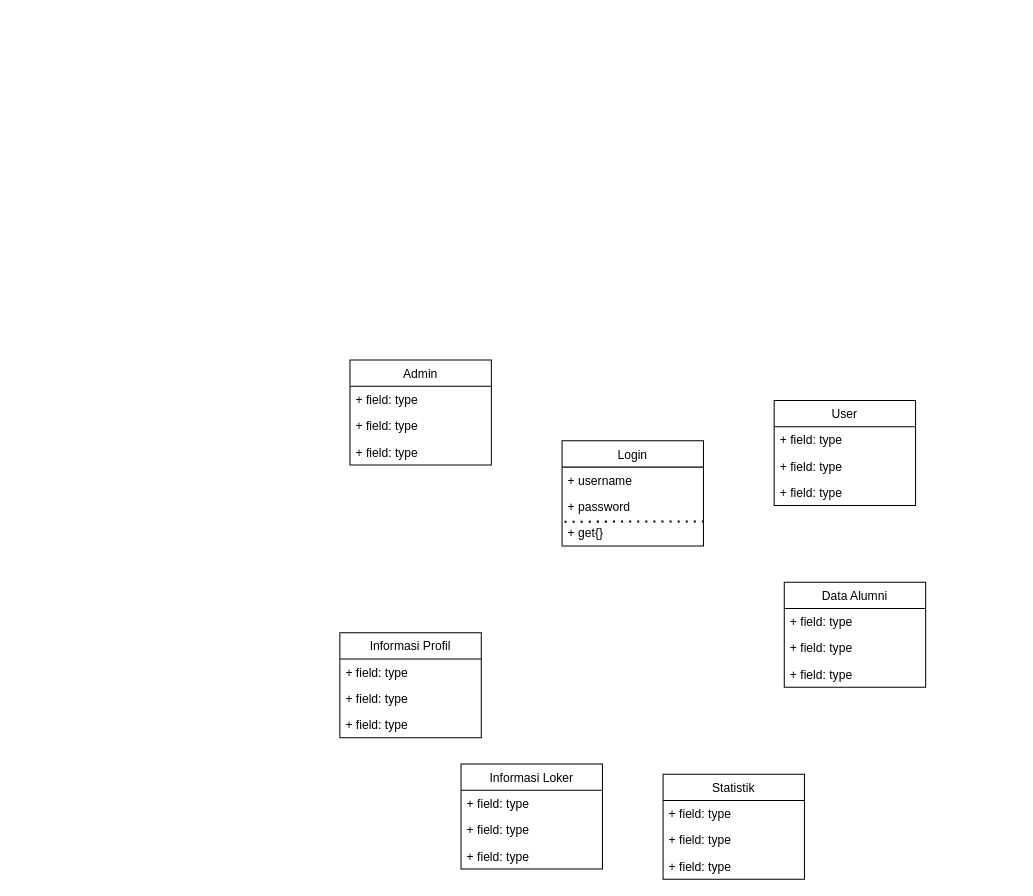
This is class diagram alumni.drawio from ratihpn99/tokoonline, a draw.io file, before an edit. Source tidied: cells renumbered, new cells numbered last; positions are measured from the earlier drawing's top-left corner, leaving out a move shared by most shapes. Both pictures are drawn from the tidied source at 101%, with x=0, y=0 at pixel (339, 360).
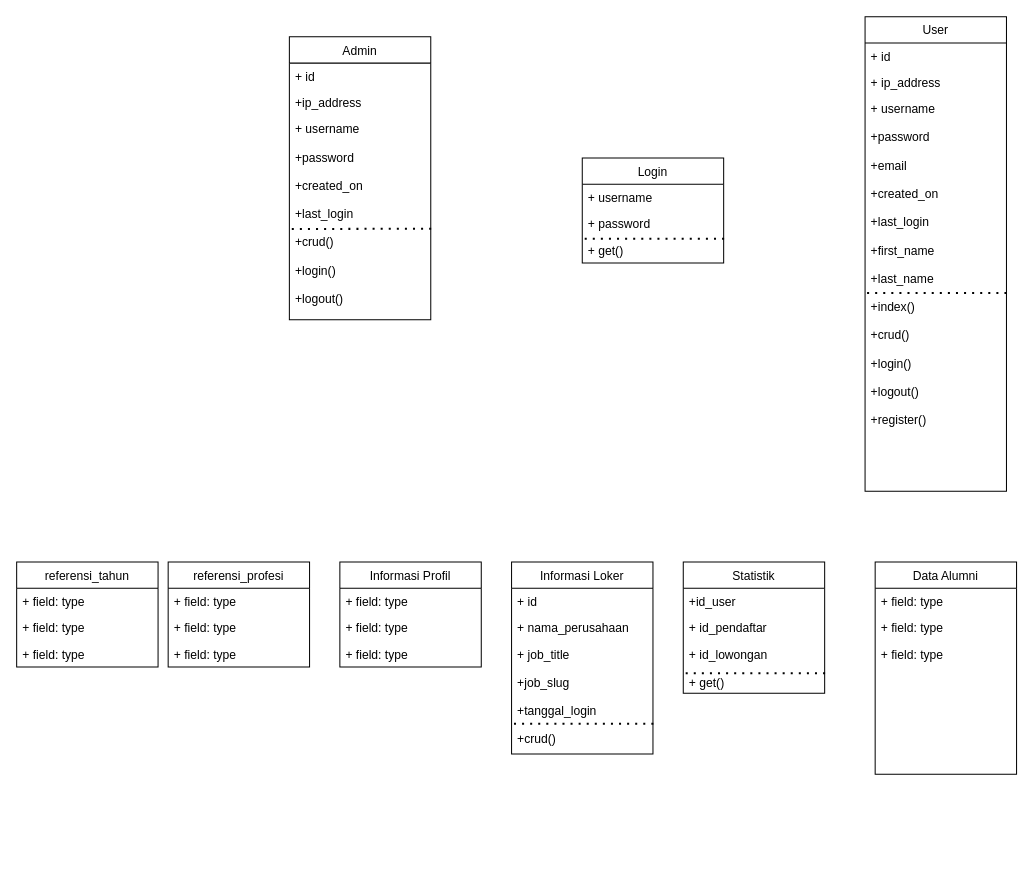
Above is the later version.

What changed in the source:
```diff
@@
     <mxCell id="2" value="Login" style="swimlane;fontStyle=0;horizontal=1;startSize=26;fillColor=none;" parent="1" vertex="1">
-      <mxGeometry x="220" y="80" width="140" height="104" as="geometry" />
+      <mxGeometry x="240" y="-200" width="140" height="104" as="geometry" />
     </mxCell>
@@
-    <mxCell id="5" value="+ get{}" style="text;strokeColor=none;fillColor=none;align=left;verticalAlign=top;spacingLeft=4;spacingRight=4;overflow=hidden;" parent="2" vertex="1">
+    <mxCell id="5" value="+ get()" style="text;strokeColor=none;fillColor=none;align=left;verticalAlign=top;spacingLeft=4;spacingRight=4;overflow=hidden;" parent="2" vertex="1">
       <mxGeometry y="78" width="140" height="26" as="geometry" />
     </mxCell>
@@
     <mxCell id="7" value="Admin" style="swimlane;fontStyle=0;horizontal=1;startSize=26;fillColor=none;" parent="1" vertex="1">
-      <mxGeometry x="10" width="140" height="104" as="geometry" />
+      <mxGeometry x="-50" y="-320" width="140" height="280" as="geometry" />
     </mxCell>
-    <mxCell id="8" value="+ field: type" style="text;strokeColor=none;fillColor=none;align=left;verticalAlign=top;spacingLeft=4;spacingRight=4;overflow=hidden;" parent="7" vertex="1">
+    <mxCell id="8" value="+ id" style="text;strokeColor=none;fillColor=none;align=left;verticalAlign=top;spacingLeft=4;spacingRight=4;overflow=hidden;" parent="7" vertex="1">
       <mxGeometry y="26" width="140" height="26" as="geometry" />
     </mxCell>
-    <mxCell id="9" value="+ field: type" style="text;strokeColor=none;fillColor=none;align=left;verticalAlign=top;spacingLeft=4;spacingRight=4;overflow=hidden;" parent="7" vertex="1">
+    <mxCell id="9" value="+ip_address" style="text;strokeColor=none;fillColor=none;align=left;verticalAlign=top;spacingLeft=4;spacingRight=4;overflow=hidden;" parent="7" vertex="1">
       <mxGeometry y="52" width="140" height="26" as="geometry" />
     </mxCell>
-    <mxCell id="10" value="+ field: type" style="text;strokeColor=none;fillColor=none;align=left;verticalAlign=top;spacingLeft=4;spacingRight=4;overflow=hidden;" parent="7" vertex="1">
-      <mxGeometry y="78" width="140" height="26" as="geometry" />
+    <mxCell id="10" value="+ username&#10;&#10;+password&#10;&#10;+created_on&#10;&#10;+last_login&#10;&#10;+crud()&#10;&#10;+login()&#10;&#10;+logout()" style="text;strokeColor=none;fillColor=none;align=left;verticalAlign=top;spacingLeft=4;spacingRight=4;overflow=hidden;" parent="7" vertex="1">
+      <mxGeometry y="78" width="140" height="202" as="geometry" />
     </mxCell>
+    <mxCell id="31" style="endArrow=none;dashed=1;html=1;dashPattern=1 3;strokeWidth=2;rounded=0;exitX=1.003;exitY=1.071;exitDx=0;exitDy=0;exitPerimeter=0;" parent="7" edge="1">
+      <mxGeometry relative="1" as="geometry">
+        <mxPoint x="140.4" y="190" as="sourcePoint" />
+        <mxPoint y="190.2" as="targetPoint" />
+      </mxGeometry>
+    </mxCell>
     <mxCell id="11" value="User" style="swimlane;fontStyle=0;horizontal=1;startSize=26;fillColor=none;" parent="1" vertex="1">
-      <mxGeometry x="430" y="40" width="140" height="104" as="geometry" />
+      <mxGeometry x="520" y="-340" width="140" height="470" as="geometry" />
     </mxCell>
-    <mxCell id="12" value="+ field: type" style="text;strokeColor=none;fillColor=none;align=left;verticalAlign=top;spacingLeft=4;spacingRight=4;overflow=hidden;" parent="11" vertex="1">
+    <mxCell id="12" value="+ id" style="text;strokeColor=none;fillColor=none;align=left;verticalAlign=top;spacingLeft=4;spacingRight=4;overflow=hidden;" parent="11" vertex="1">
       <mxGeometry y="26" width="140" height="26" as="geometry" />
     </mxCell>
-    <mxCell id="13" value="+ field: type" style="text;strokeColor=none;fillColor=none;align=left;verticalAlign=top;spacingLeft=4;spacingRight=4;overflow=hidden;" parent="11" vertex="1">
+    <mxCell id="13" value="+ ip_address" style="text;strokeColor=none;fillColor=none;align=left;verticalAlign=top;spacingLeft=4;spacingRight=4;overflow=hidden;" parent="11" vertex="1">
       <mxGeometry y="52" width="140" height="26" as="geometry" />
     </mxCell>
-    <mxCell id="14" value="+ field: type" style="text;strokeColor=none;fillColor=none;align=left;verticalAlign=top;spacingLeft=4;spacingRight=4;overflow=hidden;" parent="11" vertex="1">
-      <mxGeometry y="78" width="140" height="26" as="geometry" />
+    <mxCell id="14" value="+ username&#10;&#10;+password&#10;&#10;+email&#10;&#10;+created_on&#10;&#10;+last_login&#10;&#10;+first_name&#10;&#10;+last_name&#10;&#10;+index()&#10;&#10;+crud()&#10;&#10;+login()&#10;&#10;+logout()&#10;&#10;+register()" style="text;strokeColor=none;fillColor=none;align=left;verticalAlign=top;spacingLeft=4;spacingRight=4;overflow=hidden;" parent="11" vertex="1">
+      <mxGeometry y="78" width="140" height="392" as="geometry" />
     </mxCell>
+    <mxCell id="32" style="endArrow=none;dashed=1;html=1;dashPattern=1 3;strokeWidth=2;rounded=0;exitX=1.003;exitY=1.071;exitDx=0;exitDy=0;exitPerimeter=0;" parent="11" edge="1">
+      <mxGeometry relative="1" as="geometry">
+        <mxPoint x="140" y="273.5" as="sourcePoint" />
+        <mxPoint x="-0.4" y="273.6" as="targetPoint" />
+      </mxGeometry>
+    </mxCell>
     <mxCell id="15" value="Data Alumni" style="swimlane;fontStyle=0;horizontal=1;startSize=26;fillColor=none;" parent="1" vertex="1">
-      <mxGeometry x="440" y="220" width="140" height="104" as="geometry" />
+      <mxGeometry x="530" y="200" width="140" height="210" as="geometry" />
     </mxCell>
@@
     <mxCell id="18" value="+ field: type" style="text;strokeColor=none;fillColor=none;align=left;verticalAlign=top;spacingLeft=4;spacingRight=4;overflow=hidden;" parent="15" vertex="1">
-      <mxGeometry y="78" width="140" height="26" as="geometry" />
+      <mxGeometry y="78" width="140" height="132" as="geometry" />
     </mxCell>
     <mxCell id="19" value="Statistik" style="swimlane;fontStyle=0;horizontal=1;startSize=26;fillColor=none;" parent="1" vertex="1">
-      <mxGeometry x="320" y="410" width="140" height="104" as="geometry" />
+      <mxGeometry x="340" y="200" width="140" height="130" as="geometry" />
     </mxCell>
-    <mxCell id="20" value="+ field: type" style="text;strokeColor=none;fillColor=none;align=left;verticalAlign=top;spacingLeft=4;spacingRight=4;overflow=hidden;" parent="19" vertex="1">
+    <mxCell id="20" value="+id_user" style="text;strokeColor=none;fillColor=none;align=left;verticalAlign=top;spacingLeft=4;spacingRight=4;overflow=hidden;" parent="19" vertex="1">
       <mxGeometry y="26" width="140" height="26" as="geometry" />
     </mxCell>
-    <mxCell id="21" value="+ field: type" style="text;strokeColor=none;fillColor=none;align=left;verticalAlign=top;spacingLeft=4;spacingRight=4;overflow=hidden;" parent="19" vertex="1">
+    <mxCell id="21" value="+ id_pendaftar" style="text;strokeColor=none;fillColor=none;align=left;verticalAlign=top;spacingLeft=4;spacingRight=4;overflow=hidden;" parent="19" vertex="1">
       <mxGeometry y="52" width="140" height="26" as="geometry" />
     </mxCell>
+    <mxCell id="33" style="endArrow=none;dashed=1;html=1;dashPattern=1 3;strokeWidth=2;rounded=0;exitX=1.003;exitY=1.071;exitDx=0;exitDy=0;exitPerimeter=0;" parent="19" edge="1">
+      <mxGeometry relative="1" as="geometry">
+        <mxPoint x="140.4" y="110" as="sourcePoint" />
+        <mxPoint y="110.1" as="targetPoint" />
+      </mxGeometry>
+    </mxCell>
-    <mxCell id="22" value="+ field: type" style="text;strokeColor=none;fillColor=none;align=left;verticalAlign=top;spacingLeft=4;spacingRight=4;overflow=hidden;" parent="19" vertex="1">
-      <mxGeometry y="78" width="140" height="26" as="geometry" />
+    <mxCell id="22" value="+ id_lowongan&#10;&#10;+ get()" style="text;strokeColor=none;fillColor=none;align=left;verticalAlign=top;spacingLeft=4;spacingRight=4;overflow=hidden;" parent="19" vertex="1">
+      <mxGeometry y="78" width="140" height="52" as="geometry" />
     </mxCell>
     <mxCell id="23" value="Informasi Loker" style="swimlane;fontStyle=0;horizontal=1;startSize=26;fillColor=none;" parent="1" vertex="1">
-      <mxGeometry x="120" y="400" width="140" height="104" as="geometry" />
+      <mxGeometry x="170" y="200" width="140" height="190" as="geometry" />
     </mxCell>
-    <mxCell id="24" value="+ field: type" style="text;strokeColor=none;fillColor=none;align=left;verticalAlign=top;spacingLeft=4;spacingRight=4;overflow=hidden;" parent="23" vertex="1">
+    <mxCell id="24" value="+ id" style="text;strokeColor=none;fillColor=none;align=left;verticalAlign=top;spacingLeft=4;spacingRight=4;overflow=hidden;" parent="23" vertex="1">
       <mxGeometry y="26" width="140" height="26" as="geometry" />
     </mxCell>
-    <mxCell id="25" value="+ field: type" style="text;strokeColor=none;fillColor=none;align=left;verticalAlign=top;spacingLeft=4;spacingRight=4;overflow=hidden;" parent="23" vertex="1">
+    <mxCell id="25" value="+ nama_perusahaan" style="text;strokeColor=none;fillColor=none;align=left;verticalAlign=top;spacingLeft=4;spacingRight=4;overflow=hidden;" parent="23" vertex="1">
       <mxGeometry y="52" width="140" height="26" as="geometry" />
     </mxCell>
-    <mxCell id="26" value="+ field: type" style="text;strokeColor=none;fillColor=none;align=left;verticalAlign=top;spacingLeft=4;spacingRight=4;overflow=hidden;" parent="23" vertex="1">
-      <mxGeometry y="78" width="140" height="26" as="geometry" />
+    <mxCell id="26" value="+ job_title&#10;&#10;+job_slug&#10;&#10;+tanggal_login&#10;&#10;+crud()" style="text;strokeColor=none;fillColor=none;align=left;verticalAlign=top;spacingLeft=4;spacingRight=4;overflow=hidden;" parent="23" vertex="1">
+      <mxGeometry y="78" width="140" height="112" as="geometry" />
     </mxCell>
+    <mxCell id="34" style="endArrow=none;dashed=1;html=1;dashPattern=1 3;strokeWidth=2;rounded=0;exitX=1.003;exitY=1.071;exitDx=0;exitDy=0;exitPerimeter=0;" parent="23" edge="1">
+      <mxGeometry relative="1" as="geometry">
+        <mxPoint x="140.4" y="160" as="sourcePoint" />
+        <mxPoint y="160.1" as="targetPoint" />
+      </mxGeometry>
+    </mxCell>
     <mxCell id="27" value="Informasi Profil" style="swimlane;fontStyle=0;horizontal=1;startSize=26;fillColor=none;" parent="1" vertex="1">
-      <mxGeometry y="270" width="140" height="104" as="geometry" />
+      <mxGeometry y="200" width="140" height="104" as="geometry" />
     </mxCell>
@@
+    <mxCell id="35" value="referensi_profesi" style="swimlane;fontStyle=0;horizontal=1;startSize=26;fillColor=none;" parent="1" vertex="1">
+      <mxGeometry x="-170" y="200" width="140" height="104" as="geometry" />
+    </mxCell>
+    <mxCell id="36" value="+ field: type" style="text;strokeColor=none;fillColor=none;align=left;verticalAlign=top;spacingLeft=4;spacingRight=4;overflow=hidden;" parent="35" vertex="1">
+      <mxGeometry y="26" width="140" height="26" as="geometry" />
+    </mxCell>
+    <mxCell id="37" value="+ field: type" style="text;strokeColor=none;fillColor=none;align=left;verticalAlign=top;spacingLeft=4;spacingRight=4;overflow=hidden;" parent="35" vertex="1">
+      <mxGeometry y="52" width="140" height="26" as="geometry" />
+    </mxCell>
+    <mxCell id="38" value="+ field: type" style="text;strokeColor=none;fillColor=none;align=left;verticalAlign=top;spacingLeft=4;spacingRight=4;overflow=hidden;" parent="35" vertex="1">
+      <mxGeometry y="78" width="140" height="26" as="geometry" />
+    </mxCell>
+    <mxCell id="39" value="referensi_tahun" style="swimlane;fontStyle=0;horizontal=1;startSize=26;fillColor=none;" parent="1" vertex="1">
+      <mxGeometry x="-320" y="200" width="140" height="104" as="geometry" />
+    </mxCell>
+    <mxCell id="40" value="+ field: type" style="text;strokeColor=none;fillColor=none;align=left;verticalAlign=top;spacingLeft=4;spacingRight=4;overflow=hidden;" parent="39" vertex="1">
+      <mxGeometry y="26" width="140" height="26" as="geometry" />
+    </mxCell>
+    <mxCell id="41" value="+ field: type" style="text;strokeColor=none;fillColor=none;align=left;verticalAlign=top;spacingLeft=4;spacingRight=4;overflow=hidden;" parent="39" vertex="1">
+      <mxGeometry y="52" width="140" height="26" as="geometry" />
+    </mxCell>
+    <mxCell id="42" value="+ field: type" style="text;strokeColor=none;fillColor=none;align=left;verticalAlign=top;spacingLeft=4;spacingRight=4;overflow=hidden;" parent="39" vertex="1">
+      <mxGeometry y="78" width="140" height="26" as="geometry" />
+    </mxCell>
```
